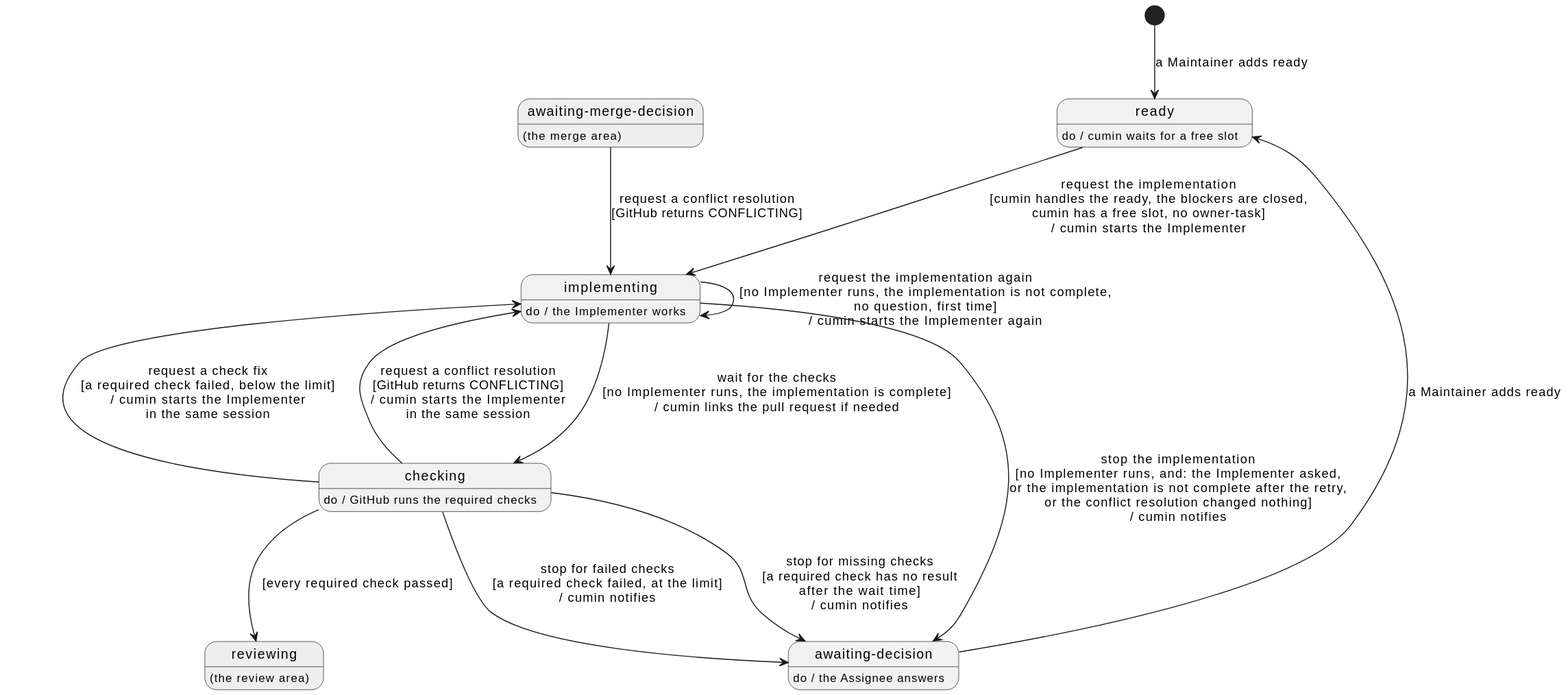
The PlantUML diagram docs/ja/requirements/impl/overview.svg in cloveclovedev/cumin-works, before a commit.
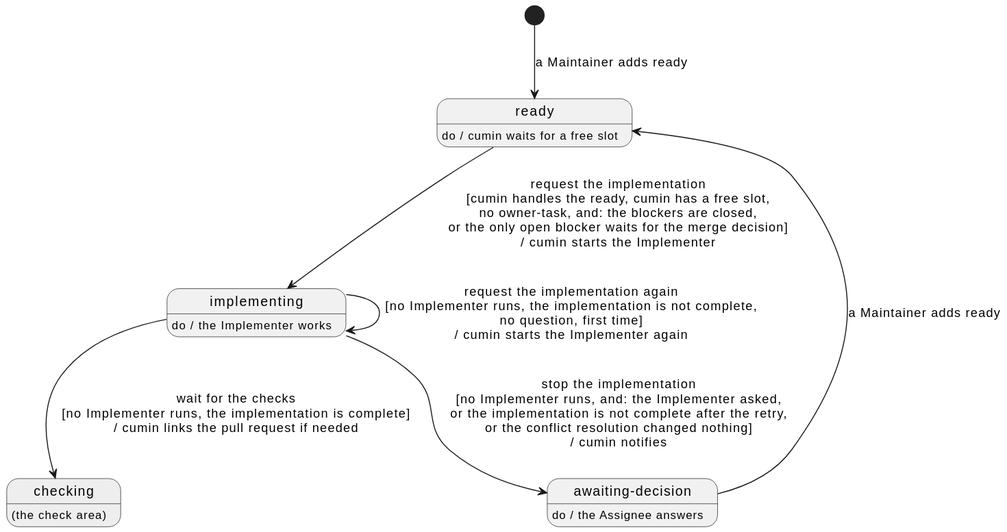
After the change.

Commit message:
docs(requirements): move the check stage into a new CHECK area

What changed in the source:
```diff
@@ -8,28 +8,16 @@
 state "implementing" as Implementing
 Implementing : do / the Implementer works
 
-state "checking" as Checking
-Checking : do / GitHub runs the required checks
+state "checking" as Checking #EEEEEE
+Checking : (the check area)
 
 state "awaiting-decision" as Decision
 Decision : do / the Assignee answers
 
-state "reviewing" as Reviewing #EEEEEE
-Reviewing : (the review area)
-
-state "awaiting-merge-decision" as MergeDecision #EEEEEE
-MergeDecision : (the merge area)
-
 [*] --> Ready : a Maintainer adds ready
-Ready --> Implementing : request the implementation\n[cumin handles the ready, the blockers are closed,\ncumin has a free slot, no owner-task]\n/ cumin starts the Implementer
+Ready --> Implementing : request the implementation\n[cumin handles the ready, cumin has a free slot,\nno owner-task, and: the blockers are closed,\nor the only open blocker waits for the merge decision]\n/ cumin starts the Implementer
 Implementing --> Checking : wait for the checks\n[no Implementer runs, the implementation is complete]\n/ cumin links the pull request if needed
 Implementing --> Implementing : request the implementation again\n[no Implementer runs, the implementation is not complete,\nno question, first time]\n/ cumin starts the Implementer again
 Implementing --> Decision : stop the implementation\n[no Implementer runs, and: the Implementer asked,\nor the implementation is not complete after the retry,\nor the conflict resolution changed nothing]\n/ cumin notifies
-Checking --> Implementing : request a check fix\n[a required check failed, below the limit]\n/ cumin starts the Implementer\nin the same session
-Checking --> Decision : stop for failed checks\n[a required check failed, at the limit]\n/ cumin notifies
-Checking --> Decision : stop for missing checks\n[a required check has no result\nafter the wait time]\n/ cumin notifies
-Checking --> Implementing : request a conflict resolution\n[GitHub returns CONFLICTING]\n/ cumin starts the Implementer\nin the same session
-MergeDecision --> Implementing : request a conflict resolution\n[GitHub returns CONFLICTING]
-Checking --> Reviewing : [every required check passed]
 Decision --> Ready : a Maintainer adds ready
 @enduml
```
